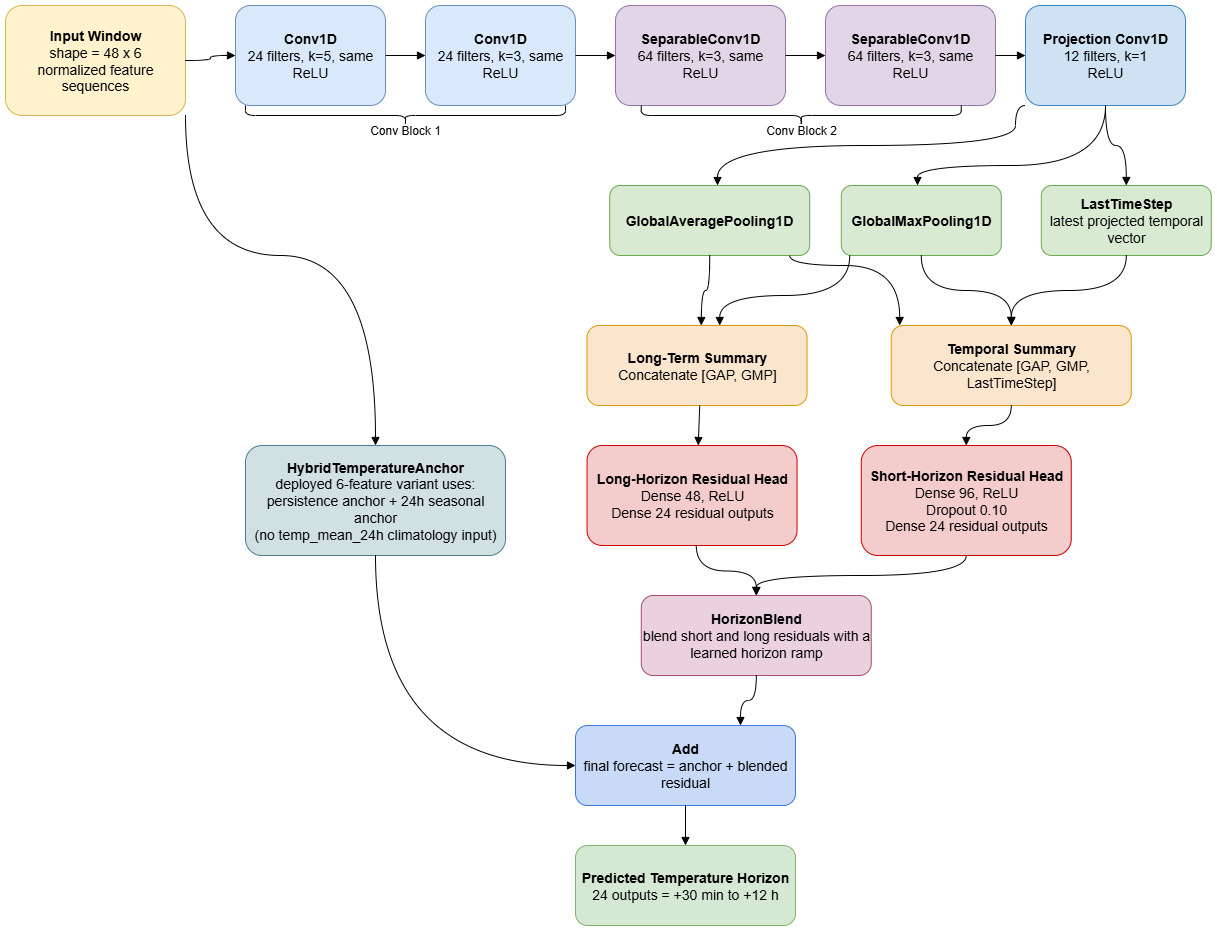
rishi-latchmepersad/TinyML-Home-Weather-Forecasting keeps this draw.io diagram as paper/tinyml_home_weather_forecasting-1D CNN Model.drawio.png. Above is the earlier version. Source tidied: cells renumbered, new cells last; positions are measured from the earlier drawing's top-left corner, leaving out a move shared by most shapes.
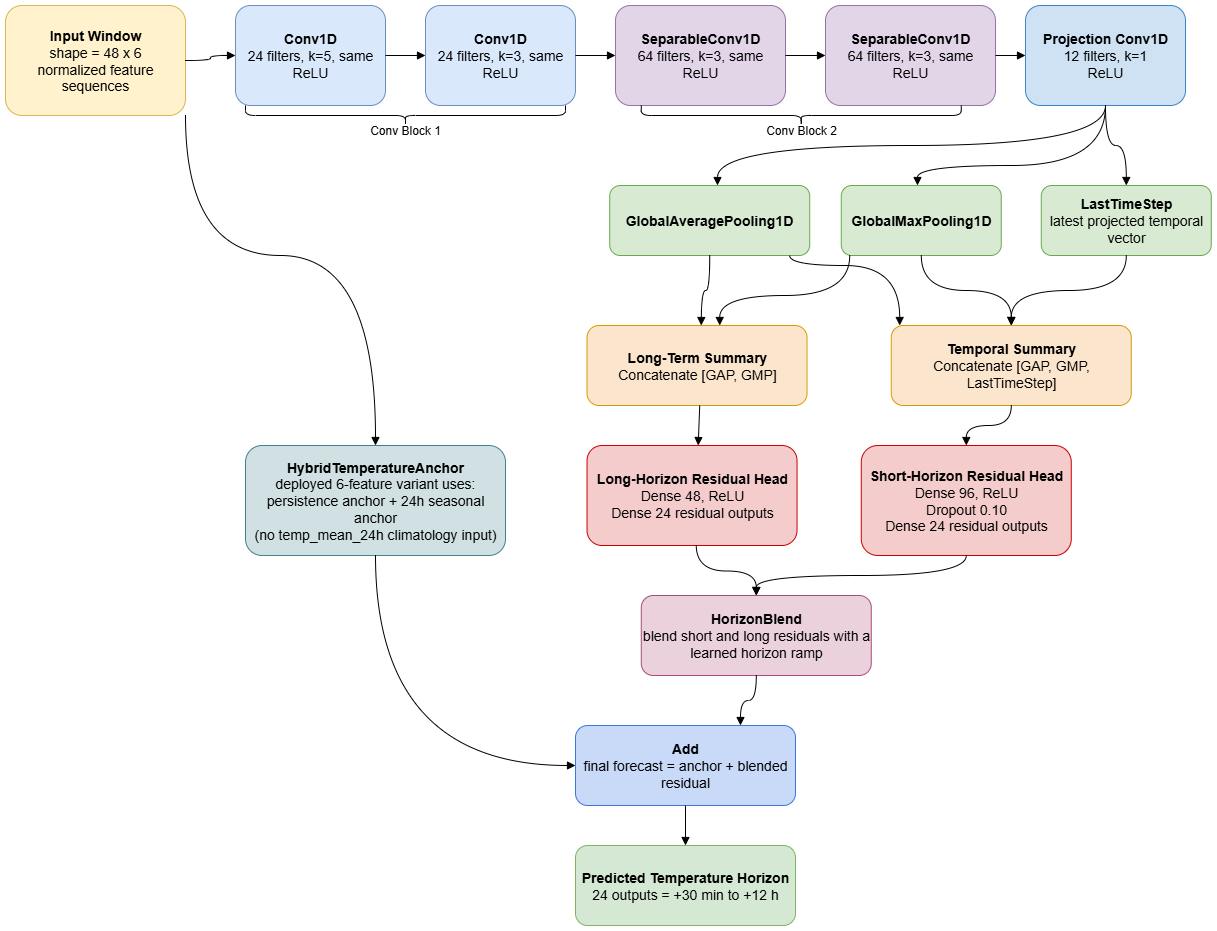
The same diagram one commit later.

The edit, as a diff of the source:
```diff
@@ -68,11 +68,10 @@
     <mxCell id="23" style="endArrow=block;html=1;rounded=0;strokeColor=#000000;edgeStyle=orthogonalEdgeStyle;curved=1;" parent="1" edge="1" source="6" target="7">
       <mxGeometry relative="1" as="geometry" />
     </mxCell>
-    <mxCell id="24" style="endArrow=block;html=1;rounded=0;strokeColor=#000000;edgeStyle=orthogonalEdgeStyle;curved=1;exitX=0;exitY=1;exitDx=0;exitDy=0;" parent="1" edge="1" source="7" target="8">
+    <mxCell id="24" style="endArrow=block;html=1;rounded=0;strokeColor=#000000;edgeStyle=orthogonalEdgeStyle;curved=1;exitX=0.5;exitY=1;exitDx=0;exitDy=0;" parent="1" edge="1" source="7" target="8">
       <mxGeometry relative="1" as="geometry">
         <Array as="points">
-          <mxPoint x="1010" y="100" />
-          <mxPoint x="1010" y="140" />
+          <mxPoint x="1100" y="140" />
           <mxPoint x="712" y="140" />
         </Array>
       </mxGeometry>
```
